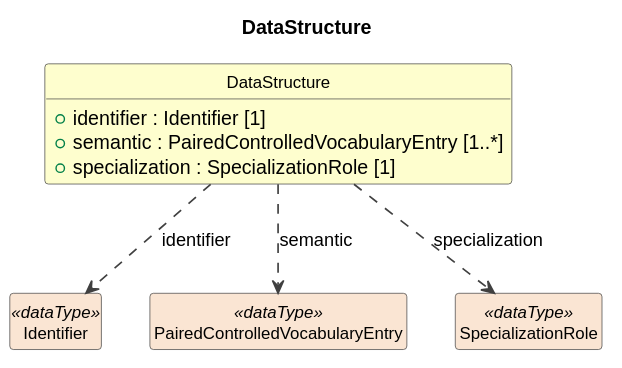
The PlantUML diagram build/plantuml/cdifDataStructure/Classes/DataStructure.svg in Cross-Domain-Interoperability-Framework/metadataBuildingBlocks, before a commit.
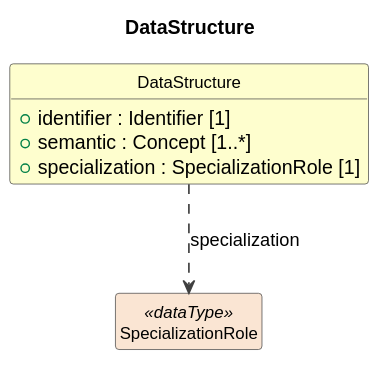
After the change.

The edit, as a diff of the source:
```diff
@@ -12,13 +12,9 @@
 
 class "DataStructure" as DataStructure #FEFECE {
   +identifier : Identifier [1]
-  +semantic : PairedControlledVocabularyEntry [1..*]
+  +semantic : Concept [1..*]
   +specialization : SpecializationRole [1]
 }
-class "Identifier" as Identifier <<dataType>> #FAE5D3
-DataStructure ..> Identifier : identifier
-class "PairedControlledVocabularyEntry" as PairedControlledVocabularyEntry <<dataType>> #FAE5D3
-DataStructure ..> PairedControlledVocabularyEntry : semantic
 class "SpecializationRole" as SpecializationRole <<dataType>> #FAE5D3
 DataStructure ..> SpecializationRole : specialization
 @enduml
```
